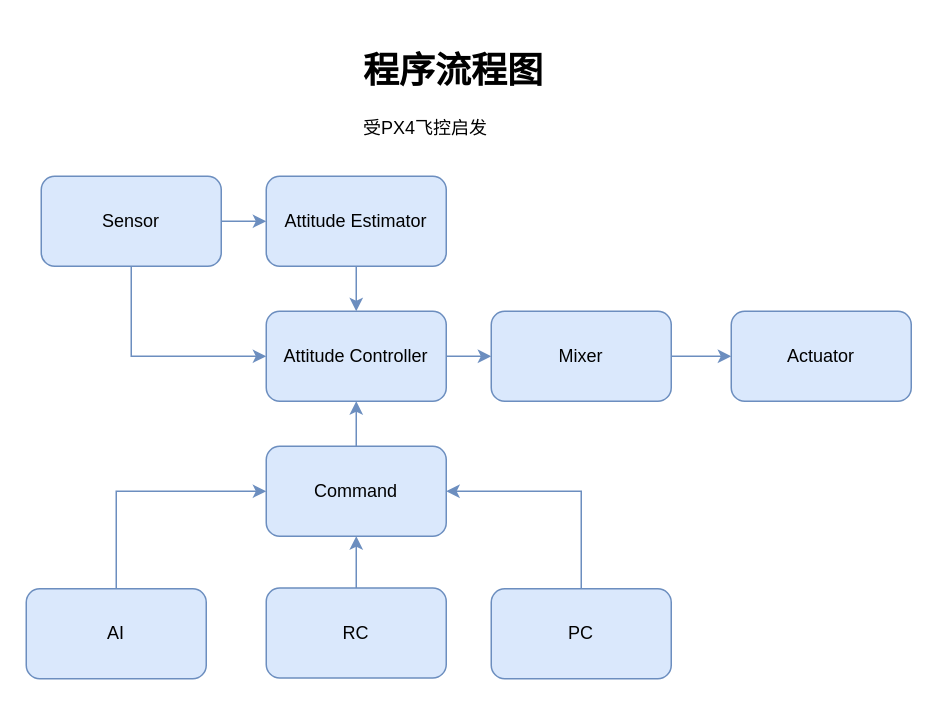
Before: Doc/嵌入式程序数据流向图.drawio in xrobot-org/XRobot, a draw.io diagram. Source tidied: cells renumbered, new cells numbered last; positions are measured from the earlier drawing's top-left corner, leaving out a move shared by most shapes. Both pictures are drawn from the tidied source at 150%, with x=0, y=0 at pixel (26, 40).
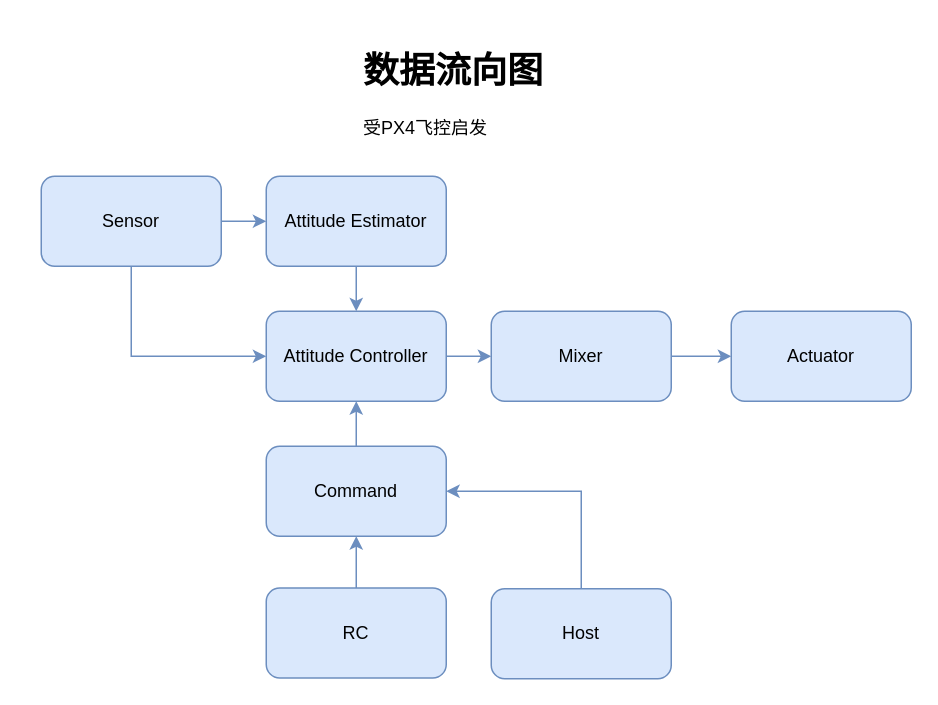
The same page after the edit.

Commit message (it also covers changes not shown here):
修改文件名，更新图片

Unchanged cells that the change refers to:
```xml
<mxCell id="13" value="Command" style="rounded=1;whiteSpace=wrap;html=1;fillColor=#dae8fc;strokeColor=#6c8ebf;" parent="1" vertex="1">
  <mxGeometry x="160" y="270" width="120" height="60" as="geometry" />
</mxCell>
```

What changed in the source:
```diff
@@
-    <mxCell id="17" value="PC" style="rounded=1;whiteSpace=wrap;html=1;fillColor=#dae8fc;strokeColor=#6c8ebf;" parent="1" vertex="1">
+    <mxCell id="17" value="Host" style="rounded=1;whiteSpace=wrap;html=1;fillColor=#dae8fc;strokeColor=#6c8ebf;" parent="1" vertex="1">
       <mxGeometry x="310" y="365" width="120" height="60" as="geometry" />
     </mxCell>
-    <mxCell id="18" value="&lt;h1&gt;程序流程图&lt;/h1&gt;&lt;p&gt;受PX4飞控启发&lt;/p&gt;" style="text;html=1;strokeColor=none;fillColor=none;spacing=5;spacingTop=-20;whiteSpace=wrap;overflow=hidden;rounded=0;" parent="1" vertex="1">
+    <mxCell id="18" value="&lt;h1&gt;数据流向图&lt;/h1&gt;&lt;p&gt;受PX4飞控启发&lt;/p&gt;" style="text;html=1;strokeColor=none;fillColor=none;spacing=5;spacingTop=-20;whiteSpace=wrap;overflow=hidden;rounded=0;" parent="1" vertex="1">
       <mxGeometry x="220" width="190" height="70" as="geometry" />
     </mxCell>
-    <mxCell id="19" style="edgeStyle=orthogonalEdgeStyle;rounded=0;jettySize=auto;html=1;entryX=0;entryY=0.5;entryDx=0;entryDy=0;fillColor=#dae8fc;strokeColor=#6c8ebf;" parent="1" edge="1" source="20" target="13">
-      <mxGeometry relative="1" as="geometry">
-        <Array as="points">
-          <mxPoint x="60" y="300" />
-        </Array>
-      </mxGeometry>
-    </mxCell>
-    <mxCell id="20" value="AI" style="rounded=1;whiteSpace=wrap;html=1;fillColor=#dae8fc;strokeColor=#6c8ebf;" parent="1" vertex="1">
-      <mxGeometry y="365" width="120" height="60" as="geometry" />
-    </mxCell>
```
